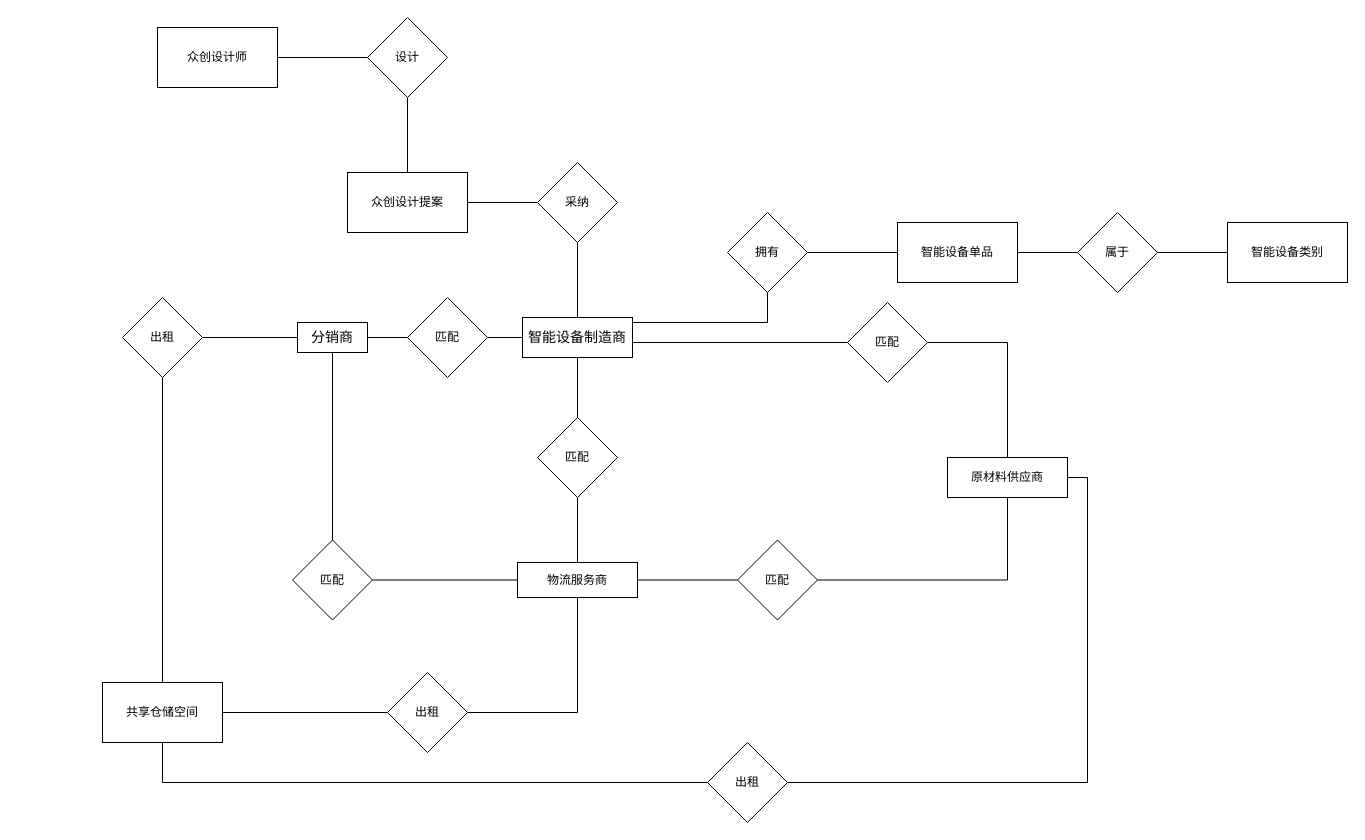
Before: 毕设/E-R.drawio in 2919282119/charts, a draw.io diagram. Source tidied: cells renumbered, new cells numbered last; positions are measured from the earlier drawing's top-left corner, leaving out a move shared by most shapes. Both pictures are drawn from the tidied source at 100%, with x=0, y=0 at pixel (102, 17).
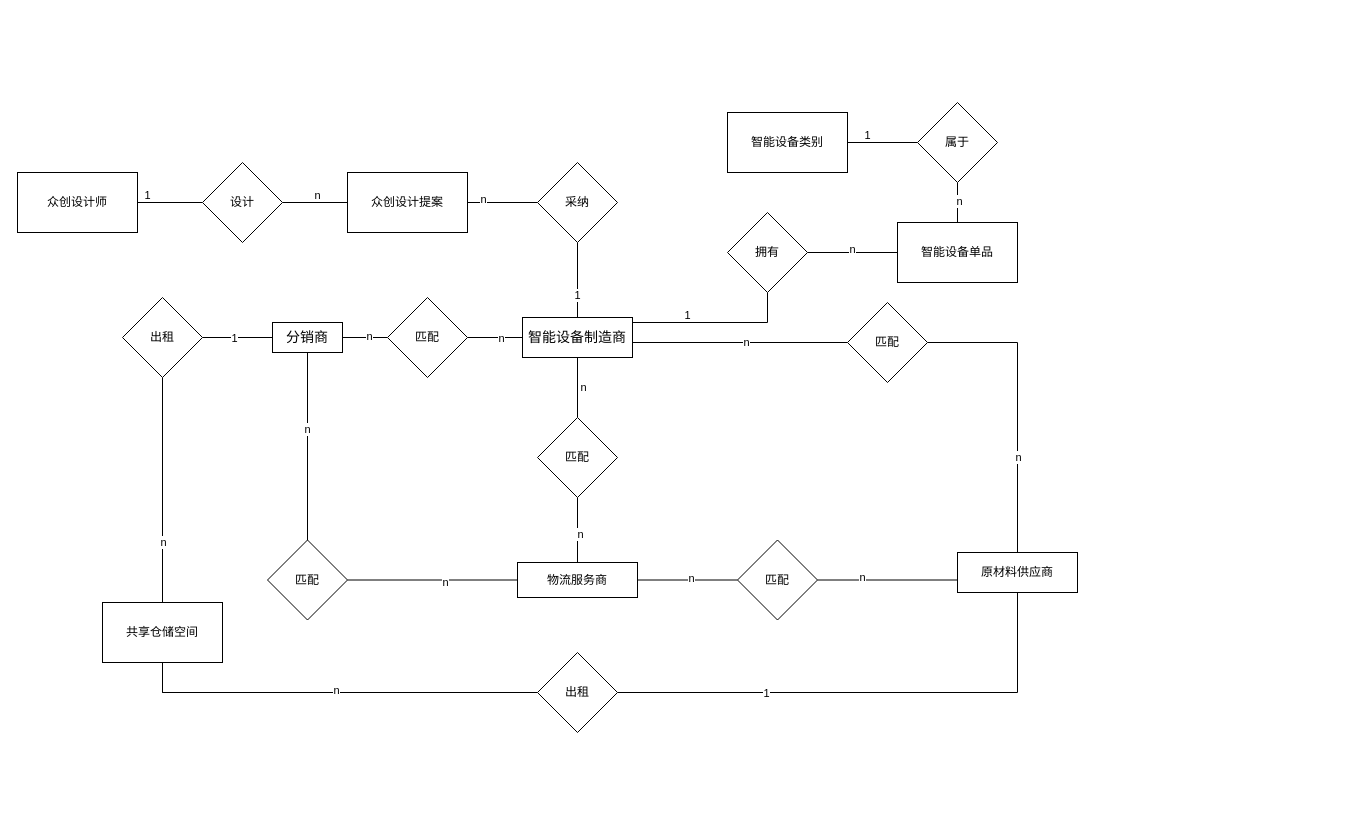
After the change.

Unchanged cells that the change refers to:
```xml
<mxCell id="2" style="edgeStyle=orthogonalEdgeStyle;rounded=0;jettySize=auto;html=1;endArrow=none;startFill=0;exitX=1;exitY=0.75;exitDx=0;exitDy=0;" parent="1" edge="1" source="7" target="9">
  <mxGeometry relative="1" as="geometry">
    <Array as="points">
      <mxPoint x="530" y="325" />
    </Array>
  </mxGeometry>
</mxCell>
<mxCell id="3" style="edgeStyle=orthogonalEdgeStyle;shape=connector;rounded=0;jettySize=auto;html=1;strokeColor=default;align=center;verticalAlign=middle;fontFamily=Helvetica;fontSize=11;fontColor=default;labelBackgroundColor=default;startFill=0;endArrow=none;" parent="1" edge="1" source="7" target="11">
  <mxGeometry relative="1" as="geometry" />
</mxCell>
<mxCell id="4" style="edgeStyle=orthogonalEdgeStyle;shape=connector;rounded=0;jettySize=auto;html=1;strokeColor=default;align=center;verticalAlign=middle;fontFamily=Helvetica;fontSize=11;fontColor=default;labelBackgroundColor=default;startFill=0;endArrow=none;" parent="1" edge="1" source="7" target="17">
  <mxGeometry relative="1" as="geometry" />
</mxCell>
<mxCell id="8" style="edgeStyle=orthogonalEdgeStyle;shape=connector;rounded=0;jettySize=auto;html=1;strokeColor=default;align=center;verticalAlign=middle;fontFamily=Helvetica;fontSize=11;fontColor=default;labelBackgroundColor=default;startFill=0;endArrow=none;" parent="1" edge="1" source="9" target="15">
  <mxGeometry relative="1" as="geometry" />
</mxCell>
<mxCell id="10" style="edgeStyle=orthogonalEdgeStyle;shape=connector;rounded=0;jettySize=auto;html=1;strokeColor=default;align=center;verticalAlign=middle;fontFamily=Helvetica;fontSize=11;fontColor=default;labelBackgroundColor=default;startFill=0;endArrow=none;" parent="1" edge="1" source="11" target="14">
  <mxGeometry relative="1" as="geometry" />
</mxCell>
<mxCell id="12" style="edgeStyle=orthogonalEdgeStyle;shape=connector;rounded=0;jettySize=auto;html=1;strokeColor=default;align=center;verticalAlign=middle;fontFamily=Helvetica;fontSize=11;fontColor=default;labelBackgroundColor=default;startFill=0;endArrow=none;" parent="1" edge="1" source="14" target="37">
  <mxGeometry relative="1" as="geometry" />
</mxCell>
<mxCell id="13" style="edgeStyle=orthogonalEdgeStyle;shape=connector;rounded=0;jettySize=auto;html=1;strokeColor=default;align=center;verticalAlign=middle;fontFamily=Helvetica;fontSize=11;fontColor=default;labelBackgroundColor=default;startFill=0;endArrow=none;" parent="1" edge="1" source="14" target="39">
  <mxGeometry relative="1" as="geometry" />
</mxCell>
<mxCell id="16" style="edgeStyle=orthogonalEdgeStyle;shape=connector;rounded=0;jettySize=auto;html=1;strokeColor=default;align=center;verticalAlign=middle;fontFamily=Helvetica;fontSize=11;fontColor=default;labelBackgroundColor=default;startFill=0;endArrow=none;" parent="1" edge="1" source="17" target="19">
  <mxGeometry relative="1" as="geometry" />
</mxCell>
<mxCell id="18" style="edgeStyle=orthogonalEdgeStyle;shape=connector;rounded=0;jettySize=auto;html=1;strokeColor=default;align=center;verticalAlign=middle;fontFamily=Helvetica;fontSize=11;fontColor=default;labelBackgroundColor=default;startFill=0;endArrow=none;" parent="1" edge="1" source="19" target="35">
  <mxGeometry relative="1" as="geometry" />
</mxCell>
<mxCell id="19" value="物流服务商" style="whiteSpace=wrap;html=1;dashed=0;" parent="1" vertex="1">
  <mxGeometry x="415" y="545" width="120" height="35" as="geometry" />
</mxCell>
<mxCell id="20" style="edgeStyle=orthogonalEdgeStyle;shape=connector;rounded=0;jettySize=auto;html=1;strokeColor=default;align=center;verticalAlign=middle;fontFamily=Helvetica;fontSize=11;fontColor=default;labelBackgroundColor=default;startFill=0;endArrow=none;" parent="1" edge="1" source="21" target="23">
  <mxGeometry relative="1" as="geometry" />
</mxCell>
<mxCell id="27" style="edgeStyle=orthogonalEdgeStyle;shape=connector;rounded=0;jettySize=auto;html=1;strokeColor=default;align=center;verticalAlign=middle;fontFamily=Helvetica;fontSize=11;fontColor=default;labelBackgroundColor=default;startFill=0;endArrow=none;" parent="1" edge="1" source="28" target="30">
  <mxGeometry relative="1" as="geometry" />
</mxCell>
<mxCell id="29" style="edgeStyle=orthogonalEdgeStyle;shape=connector;rounded=0;jettySize=auto;html=1;strokeColor=default;align=center;verticalAlign=middle;fontFamily=Helvetica;fontSize=11;fontColor=default;labelBackgroundColor=default;startFill=0;endArrow=none;" parent="1" edge="1" source="30" target="32">
  <mxGeometry relative="1" as="geometry" />
</mxCell>
<mxCell id="35" value="匹配" style="rhombus;whiteSpace=wrap;html=1;dashed=0;" parent="1" vertex="1">
  <mxGeometry x="635" y="522.5" width="80" height="80" as="geometry" />
</mxCell>
<mxCell id="36" style="edgeStyle=orthogonalEdgeStyle;shape=connector;rounded=0;jettySize=auto;html=1;entryX=0;entryY=0.5;entryDx=0;entryDy=0;strokeColor=default;align=center;verticalAlign=middle;fontFamily=Helvetica;fontSize=11;fontColor=default;labelBackgroundColor=default;startFill=0;endArrow=none;exitX=1;exitY=0.5;exitDx=0;exitDy=0;" parent="1" edge="1" source="37" target="19">
  <mxGeometry relative="1" as="geometry" />
</mxCell>
<mxCell id="38" style="edgeStyle=orthogonalEdgeStyle;shape=connector;rounded=0;jettySize=auto;html=1;strokeColor=default;align=center;verticalAlign=middle;fontFamily=Helvetica;fontSize=11;fontColor=default;labelBackgroundColor=default;startFill=0;endArrow=none;" parent="1" edge="1" source="39" target="41">
  <mxGeometry relative="1" as="geometry">
    <Array as="points">
      <mxPoint x="60" y="675" />
      <mxPoint x="60" y="675" />
    </Array>
  </mxGeometry>
</mxCell>
<mxCell id="40" style="edgeStyle=orthogonalEdgeStyle;shape=connector;rounded=0;jettySize=auto;html=1;strokeColor=default;align=center;verticalAlign=middle;fontFamily=Helvetica;fontSize=11;fontColor=default;labelBackgroundColor=default;startFill=0;endArrow=none;exitX=0.5;exitY=1;exitDx=0;exitDy=0;entryX=0;entryY=0.5;entryDx=0;entryDy=0;" parent="1" edge="1" source="41" target="46">
  <mxGeometry relative="1" as="geometry" />
</mxCell>
```

What changed in the source:
```diff
@@
+    <mxCell id="47" value="n" style="edgeLabel;html=1;align=center;verticalAlign=middle;fontFamily=Helvetica;fontSize=11;fontColor=default;labelBackgroundColor=default;" parent="2" vertex="1">
+      <mxGeometry x="0.07" y="1" relative="1" as="geometry" />
+    </mxCell>
@@
+    <mxCell id="48" value="n" style="edgeLabel;html=1;align=center;verticalAlign=middle;fontFamily=Helvetica;fontSize=11;fontColor=default;labelBackgroundColor=default;" parent="3" vertex="1">
+      <mxGeometry x="-0.15" relative="1" as="geometry">
+        <mxPoint x="1" as="offset" />
+      </mxGeometry>
+    </mxCell>
@@
+    <mxCell id="49" value="n" style="edgeLabel;html=1;align=center;verticalAlign=middle;fontFamily=Helvetica;fontSize=11;fontColor=default;labelBackgroundColor=default;" parent="4" vertex="1">
+      <mxGeometry x="-0.02" y="5" relative="1" as="geometry" />
+    </mxCell>
@@
+    <mxCell id="50" value="n" style="edgeLabel;html=1;align=center;verticalAlign=middle;fontFamily=Helvetica;fontSize=11;fontColor=default;labelBackgroundColor=default;" parent="8" vertex="1">
+      <mxGeometry x="0.36" relative="1" as="geometry" />
+    </mxCell>
@@
+    <mxCell id="51" value="n" style="edgeLabel;html=1;align=center;verticalAlign=middle;fontFamily=Helvetica;fontSize=11;fontColor=default;labelBackgroundColor=default;" parent="10" vertex="1">
+      <mxGeometry x="-0.16" y="-2" relative="1" as="geometry" />
+    </mxCell>
     <mxCell id="11" value="匹配" style="rhombus;whiteSpace=wrap;html=1;dashed=0;" parent="1" vertex="1">
-      <mxGeometry x="305" y="280" width="80" height="80" as="geometry" />
+      <mxGeometry x="285" y="280" width="80" height="80" as="geometry" />
     </mxCell>
@@
+    <mxCell id="52" value="n" style="edgeLabel;html=1;align=center;verticalAlign=middle;fontFamily=Helvetica;fontSize=11;fontColor=default;labelBackgroundColor=default;" parent="12" vertex="1">
+      <mxGeometry x="-0.19" y="-1" relative="1" as="geometry" />
+    </mxCell>
@@
+    <mxCell id="53" value="1" style="edgeLabel;html=1;align=center;verticalAlign=middle;fontFamily=Helvetica;fontSize=11;fontColor=default;labelBackgroundColor=default;" parent="13" vertex="1">
+      <mxGeometry x="0.12" relative="1" as="geometry" />
+    </mxCell>
     <mxCell id="14" value="&lt;font style=&quot;font-size: 14px;&quot;&gt;分销商&lt;/font&gt;" style="whiteSpace=wrap;html=1;dashed=0;" parent="1" vertex="1">
-      <mxGeometry x="195" y="305" width="70" height="30" as="geometry" />
+      <mxGeometry x="170" y="305" width="70" height="30" as="geometry" />
     </mxCell>
     <mxCell id="15" value="原材料供应商" style="whiteSpace=wrap;html=1;dashed=0;" parent="1" vertex="1">
-      <mxGeometry x="845" y="440" width="120" height="40" as="geometry" />
+      <mxGeometry x="855" y="535" width="120" height="40" as="geometry" />
     </mxCell>
@@
+    <mxCell id="54" value="n" style="edgeLabel;html=1;align=center;verticalAlign=middle;fontFamily=Helvetica;fontSize=11;fontColor=default;labelBackgroundColor=default;" parent="16" vertex="1">
+      <mxGeometry x="0.12" y="2" relative="1" as="geometry" />
+    </mxCell>
@@
+    <mxCell id="55" value="n" style="edgeLabel;html=1;align=center;verticalAlign=middle;fontFamily=Helvetica;fontSize=11;fontColor=default;labelBackgroundColor=default;" parent="18" vertex="1">
+      <mxGeometry x="0.05" y="2" relative="1" as="geometry" />
+    </mxCell>
@@
+    <mxCell id="56" value="n" style="edgeLabel;html=1;align=center;verticalAlign=middle;fontFamily=Helvetica;fontSize=11;fontColor=default;labelBackgroundColor=default;" parent="20" vertex="1">
+      <mxGeometry x="0.58" y="-4" relative="1" as="geometry" />
+    </mxCell>
@@
     <mxCell id="25" value="设计" style="rhombus;whiteSpace=wrap;html=1;dashed=0;" parent="1" vertex="1">
-      <mxGeometry x="265" width="80" height="80" as="geometry" />
+      <mxGeometry x="100" y="145" width="80" height="80" as="geometry" />
     </mxCell>
     <mxCell id="26" value="众创设计师" style="whiteSpace=wrap;html=1;dashed=0;" parent="1" vertex="1">
-      <mxGeometry x="55" y="10" width="120" height="60" as="geometry" />
+      <mxGeometry x="-85" y="155" width="120" height="60" as="geometry" />
     </mxCell>
@@
+    <mxCell id="57" value="n" style="edgeLabel;html=1;align=center;verticalAlign=middle;fontFamily=Helvetica;fontSize=11;fontColor=default;labelBackgroundColor=default;" parent="27" vertex="1">
+      <mxGeometry x="-0.03" y="4" relative="1" as="geometry" />
+    </mxCell>
@@
+    <mxCell id="58" value="n" style="edgeLabel;html=1;align=center;verticalAlign=middle;fontFamily=Helvetica;fontSize=11;fontColor=default;labelBackgroundColor=default;" parent="29" vertex="1">
+      <mxGeometry x="0.08" y="-1" relative="1" as="geometry" />
+    </mxCell>
@@
     <mxCell id="32" value="属于" style="rhombus;whiteSpace=wrap;html=1;dashed=0;" parent="1" vertex="1">
-      <mxGeometry x="975" y="195" width="80" height="80" as="geometry" />
+      <mxGeometry x="815" y="85" width="80" height="80" as="geometry" />
     </mxCell>
     <mxCell id="33" value="智能设备类别" style="whiteSpace=wrap;html=1;dashed=0;" parent="1" vertex="1">
-      <mxGeometry x="1125" y="205" width="120" height="60" as="geometry" />
+      <mxGeometry x="625" y="95" width="120" height="60" as="geometry" />
     </mxCell>
-    <mxCell id="34" style="edgeStyle=orthogonalEdgeStyle;shape=connector;rounded=0;jettySize=auto;html=1;exitX=1;exitY=0.5;exitDx=0;exitDy=0;entryX=0.5;entryY=1;entryDx=0;entryDy=0;strokeColor=default;align=center;verticalAlign=middle;fontFamily=Helvetica;fontSize=11;fontColor=default;labelBackgroundColor=default;startFill=0;endArrow=none;" parent="1" edge="1" source="35" target="15">
-      <mxGeometry relative="1" as="geometry" />
+    <mxCell id="34" style="edgeStyle=orthogonalEdgeStyle;shape=connector;rounded=0;jettySize=auto;html=1;exitX=1;exitY=0.5;exitDx=0;exitDy=0;entryX=0;entryY=0.5;entryDx=0;entryDy=0;strokeColor=default;align=center;verticalAlign=middle;fontFamily=Helvetica;fontSize=11;fontColor=default;labelBackgroundColor=default;startFill=0;endArrow=none;" parent="1" edge="1" source="35" target="15">
+      <mxGeometry relative="1" as="geometry">
+        <Array as="points">
+          <mxPoint x="855" y="563" />
+        </Array>
+      </mxGeometry>
     </mxCell>
+    <mxCell id="59" value="n" style="edgeLabel;html=1;align=center;verticalAlign=middle;fontFamily=Helvetica;fontSize=11;fontColor=default;labelBackgroundColor=default;" parent="34" vertex="1">
+      <mxGeometry x="-0.4" y="3" relative="1" as="geometry" />
+    </mxCell>
@@
+    <mxCell id="60" value="n" style="edgeLabel;html=1;align=center;verticalAlign=middle;fontFamily=Helvetica;fontSize=11;fontColor=default;labelBackgroundColor=default;" parent="36" vertex="1">
+      <mxGeometry x="0.14" y="-2" relative="1" as="geometry" />
+    </mxCell>
     <mxCell id="37" value="匹配" style="rhombus;whiteSpace=wrap;html=1;dashed=0;" parent="1" vertex="1">
-      <mxGeometry x="190" y="522.5" width="80" height="80" as="geometry" />
+      <mxGeometry x="165" y="522.5" width="80" height="80" as="geometry" />
     </mxCell>
@@
+    <mxCell id="61" value="n" style="edgeLabel;html=1;align=center;verticalAlign=middle;fontFamily=Helvetica;fontSize=11;fontColor=default;labelBackgroundColor=default;" parent="38" vertex="1">
+      <mxGeometry x="-0.05" relative="1" as="geometry" />
+    </mxCell>
@@
+    <mxCell id="62" value="n" style="edgeLabel;html=1;align=center;verticalAlign=middle;fontFamily=Helvetica;fontSize=11;fontColor=default;labelBackgroundColor=default;" parent="40" vertex="1">
+      <mxGeometry y="3" relative="1" as="geometry" />
+    </mxCell>
     <mxCell id="41" value="共享仓储空间" style="whiteSpace=wrap;html=1;dashed=0;" parent="1" vertex="1">
-      <mxGeometry y="665" width="120" height="60" as="geometry" />
+      <mxGeometry y="585" width="120" height="60" as="geometry" />
     </mxCell>
-    <mxCell id="42" style="edgeStyle=orthogonalEdgeStyle;shape=connector;rounded=0;jettySize=auto;html=1;entryX=0.5;entryY=1;entryDx=0;entryDy=0;strokeColor=default;align=center;verticalAlign=middle;fontFamily=Helvetica;fontSize=11;fontColor=default;labelBackgroundColor=default;startFill=0;endArrow=none;" parent="1" edge="1" source="44" target="19">
-      <mxGeometry relative="1" as="geometry" />
-    </mxCell>
-    <mxCell id="43" style="edgeStyle=orthogonalEdgeStyle;shape=connector;rounded=0;jettySize=auto;html=1;entryX=1;entryY=0.5;entryDx=0;entryDy=0;strokeColor=default;align=center;verticalAlign=middle;fontFamily=Helvetica;fontSize=11;fontColor=default;labelBackgroundColor=default;startFill=0;endArrow=none;" parent="1" edge="1" source="44" target="41">
-      <mxGeometry relative="1" as="geometry" />
-    </mxCell>
-    <mxCell id="44" value="出租" style="rhombus;whiteSpace=wrap;html=1;dashed=0;" parent="1" vertex="1">
-      <mxGeometry x="285" y="655" width="80" height="80" as="geometry" />
-    </mxCell>
-    <mxCell id="45" style="edgeStyle=orthogonalEdgeStyle;shape=connector;rounded=0;jettySize=auto;html=1;entryX=1;entryY=0.5;entryDx=0;entryDy=0;strokeColor=default;align=center;verticalAlign=middle;fontFamily=Helvetica;fontSize=11;fontColor=default;labelBackgroundColor=default;startFill=0;endArrow=none;" parent="1" edge="1" source="46" target="15">
+    <mxCell id="45" style="edgeStyle=orthogonalEdgeStyle;shape=connector;rounded=0;jettySize=auto;html=1;entryX=0.5;entryY=1;entryDx=0;entryDy=0;strokeColor=default;align=center;verticalAlign=middle;fontFamily=Helvetica;fontSize=11;fontColor=default;labelBackgroundColor=default;startFill=0;endArrow=none;" parent="1" edge="1" source="46" target="15">
       <mxGeometry relative="1" as="geometry" />
     </mxCell>
+    <mxCell id="63" value="1" style="edgeLabel;html=1;align=center;verticalAlign=middle;fontFamily=Helvetica;fontSize=11;fontColor=default;labelBackgroundColor=default;" parent="45" vertex="1">
+      <mxGeometry x="-0.41" relative="1" as="geometry" />
+    </mxCell>
     <mxCell id="46" value="出租" style="rhombus;whiteSpace=wrap;html=1;dashed=0;" parent="1" vertex="1">
-      <mxGeometry x="605" y="725" width="80" height="80" as="geometry" />
+      <mxGeometry x="435" y="635" width="80" height="80" as="geometry" />
     </mxCell>
+    <mxCell id="64" value="1" style="text;html=1;align=center;verticalAlign=middle;strokeColor=none;fillColor=none;fontFamily=Helvetica;fontSize=11;fontColor=default;labelBackgroundColor=default;" parent="1" vertex="1">
+      <mxGeometry x="30" y="163" width="30" height="30" as="geometry" />
+    </mxCell>
+    <mxCell id="65" value="n" style="text;html=1;align=center;verticalAlign=middle;strokeColor=none;fillColor=none;fontFamily=Helvetica;fontSize=11;fontColor=default;labelBackgroundColor=default;" parent="1" vertex="1">
+      <mxGeometry x="200" y="163" width="30" height="30" as="geometry" />
+    </mxCell>
+    <mxCell id="66" value="1" style="text;html=1;align=center;verticalAlign=middle;strokeColor=none;fillColor=none;fontFamily=Helvetica;fontSize=11;fontColor=default;labelBackgroundColor=default;" parent="1" vertex="1">
+      <mxGeometry x="460" y="263" width="30" height="30" as="geometry" />
+    </mxCell>
+    <mxCell id="67" value="1" style="text;html=1;align=center;verticalAlign=middle;strokeColor=none;fillColor=none;fontFamily=Helvetica;fontSize=11;fontColor=default;labelBackgroundColor=default;" parent="1" vertex="1">
+      <mxGeometry x="570" y="283" width="30" height="30" as="geometry" />
+    </mxCell>
+    <mxCell id="68" value="1" style="text;html=1;align=center;verticalAlign=middle;strokeColor=none;fillColor=none;fontFamily=Helvetica;fontSize=11;fontColor=default;labelBackgroundColor=default;" parent="1" vertex="1">
+      <mxGeometry x="750" y="103" width="30" height="30" as="geometry" />
+    </mxCell>
```
